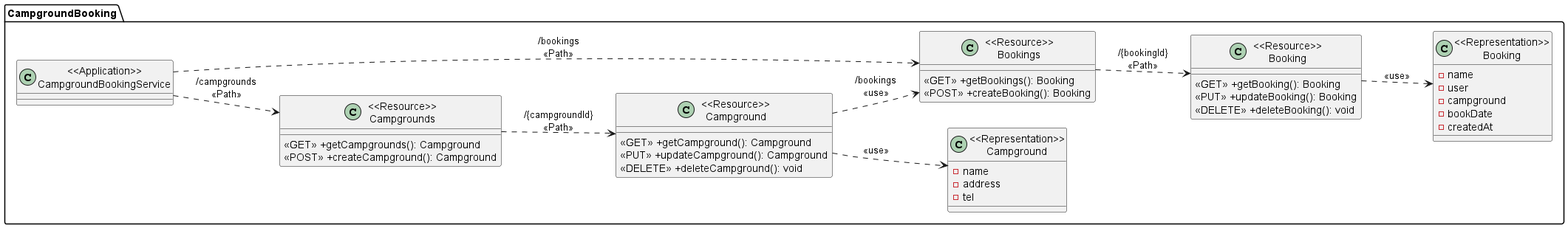
Above: presentation/Class_Diagram/UMLProfile.png in 2110503TACEDT66/presentation-day-1-i-am-the-bone-of-my-sources (PlantUML), before the change.
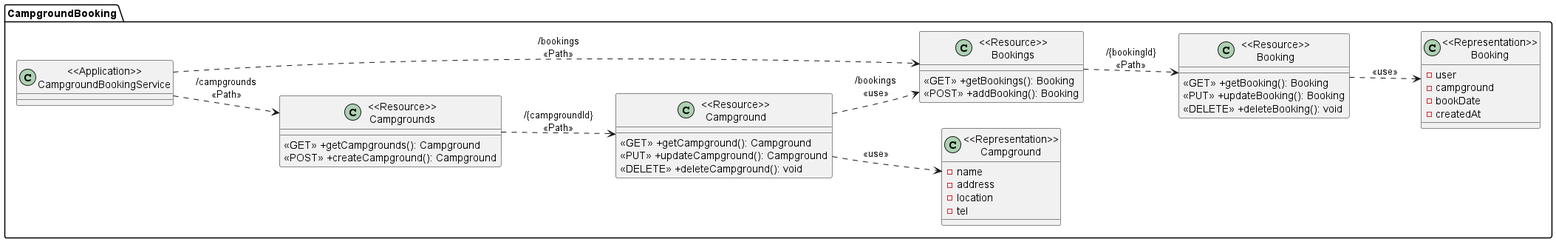
The same diagram one commit later.

Commit message:
Update Class Diagram

Change to the diagram source:
```diff
@@ -15,12 +15,13 @@
     class "<<Representation>>\nCampground" as RepresentationCampground {
         -name
         -address
+        -location
         -tel
     }
 
     class "<<Resource>>\nBookings" as ResourceBookings{
             <<GET>> +getBookings(): Booking
-            <<POST>> +createBooking(): Booking
+            <<POST>> +addBooking(): Booking
     }
     class "<<Resource>>\nBooking" as ResourceBooking {
             <<GET>> +getBooking(): Booking
@@ -28,7 +29,6 @@
             <<DELETE>> +deleteBooking(): void
     }
     class "<<Representation>>\nBooking" as RepresentationBooking {
-            -name
             -user
             -campground
             -bookDate
```
